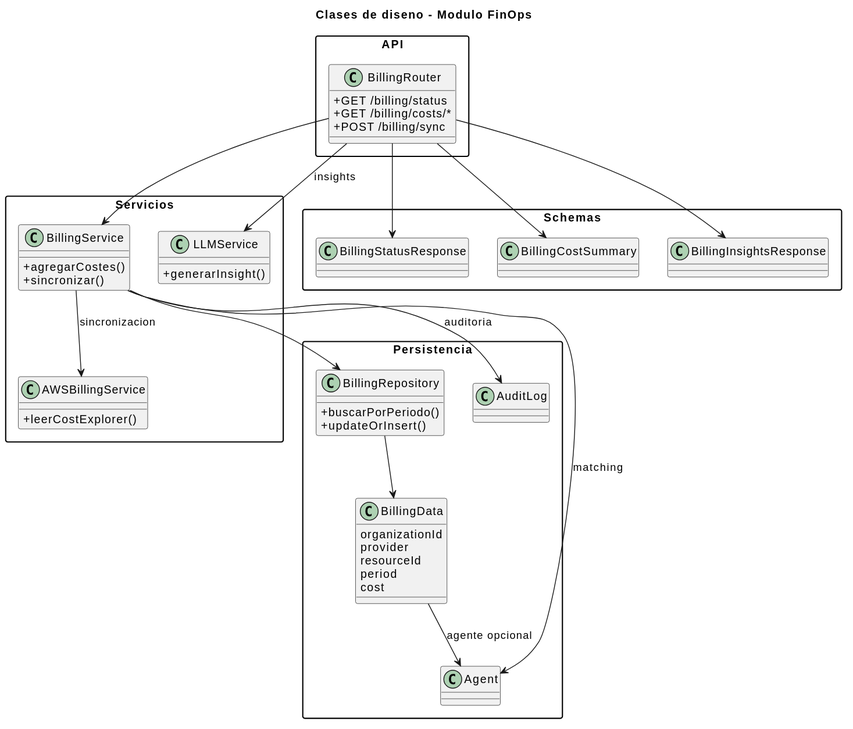
The PlantUML diagram Capítulos/Capítulo 3/Diseño/ClasesDiseño/ClasesDiseño.svg in JoseSalceda/TFG, before a commit. Its diagram source:
```plantuml
@startuml
skinparam classAttributeIconSize 0
skinparam packageStyle rectangle

title Clases de diseno - Modulo FinOps

package "API" {
  class BillingRouter {
    +GET /billing/status
    +GET /billing/costs/*
    +POST /billing/sync
  }
}

package "Servicios" {
  class BillingService {
    +agregarCostes()
    +sincronizar()
  }

  class AWSBillingService {
    +leerCostExplorer()
  }

  class LLMService {
    +generarInsight()
  }
}

package "Persistencia" {
  class BillingRepository {
    +buscarPorPeriodo()
    +updateOrInsert()
  }

  class BillingData {
    organizationId
    provider
    resourceId
    period
    cost
  }

  class Agent
  class AuditLog
}

package "Schemas" {
  class BillingStatusResponse
  class BillingCostSummary
  class BillingInsightsResponse
}

BillingRouter --> BillingService
BillingRouter --> LLMService : insights
BillingRouter --> BillingStatusResponse
BillingRouter --> BillingCostSummary
BillingRouter --> BillingInsightsResponse

BillingService --> BillingRepository
BillingService --> AWSBillingService : sincronizacion
BillingService --> Agent : matching
BillingService --> AuditLog : auditoria

BillingRepository --> BillingData
BillingData --> Agent : agente opcional
@enduml
```
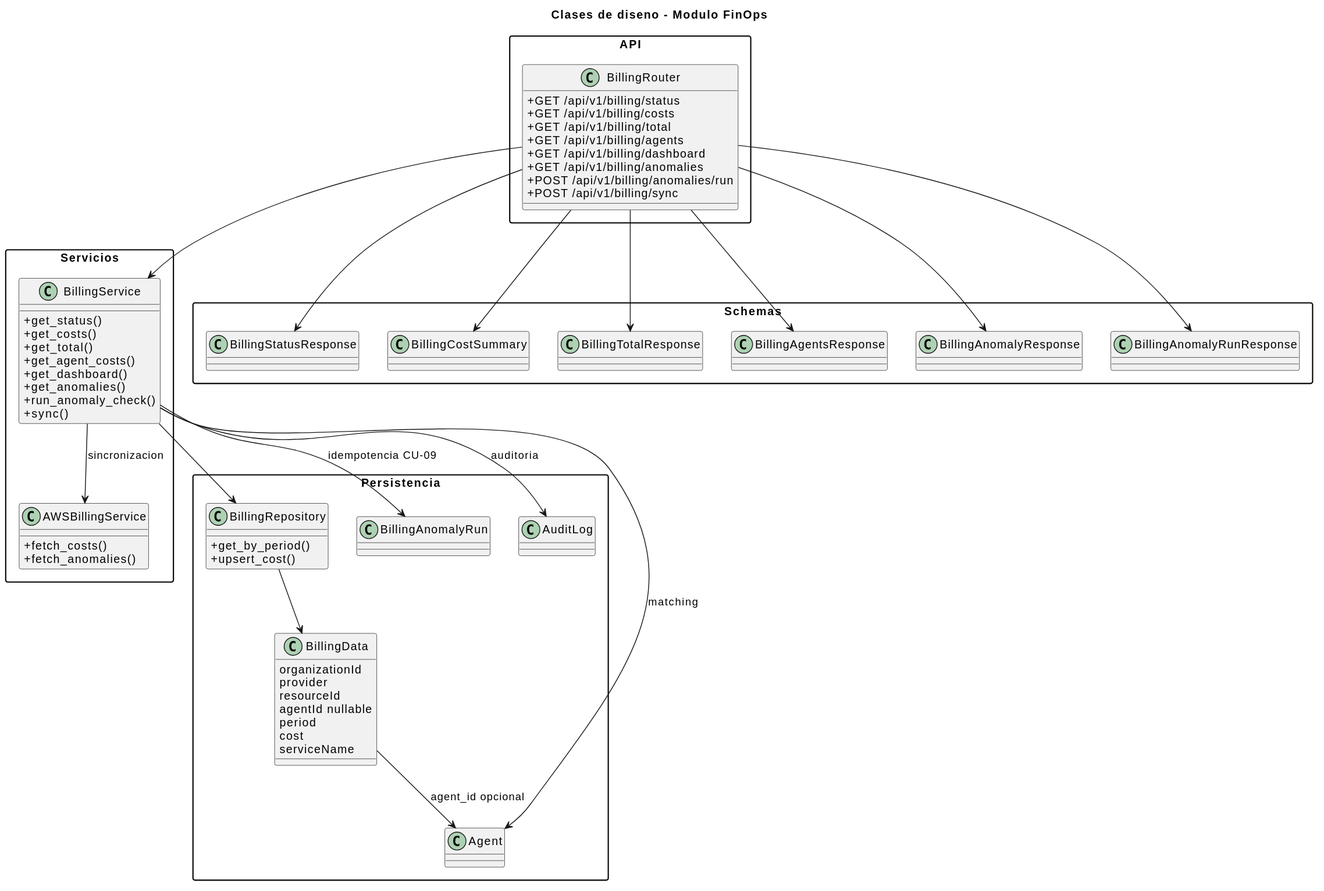
Later version of the same file.

The edit, as a diff of the source:
```diff
@@ -6,62 +6,80 @@
 
 package "API" {
   class BillingRouter {
-    +GET /billing/status
-    +GET /billing/costs/*
-    +POST /billing/sync
+    +GET /api/v1/billing/status
+    +GET /api/v1/billing/costs
+    +GET /api/v1/billing/total
+    +GET /api/v1/billing/agents
+    +GET /api/v1/billing/dashboard
+    +GET /api/v1/billing/anomalies
+    +POST /api/v1/billing/anomalies/run
+    +POST /api/v1/billing/sync
   }
 }
 
 package "Servicios" {
   class BillingService {
-    +agregarCostes()
-    +sincronizar()
+    +get_status()
+    +get_costs()
+    +get_total()
+    +get_agent_costs()
+    +get_dashboard()
+    +get_anomalies()
+    +run_anomaly_check()
+    +sync()
   }
 
   class AWSBillingService {
-    +leerCostExplorer()
+    +fetch_costs()
+    +fetch_anomalies()
   }
 
-  class LLMService {
-    +generarInsight()
-  }
 }
 
 package "Persistencia" {
   class BillingRepository {
-    +buscarPorPeriodo()
-    +updateOrInsert()
+    +get_by_period()
+    +upsert_cost()
   }
 
   class BillingData {
     organizationId
     provider
     resourceId
+    agentId nullable
     period
     cost
+    serviceName
   }
 
   class Agent
+  class BillingAnomalyRun
   class AuditLog
 }
 
 package "Schemas" {
   class BillingStatusResponse
   class BillingCostSummary
-  class BillingInsightsResponse
+  class BillingTotalResponse
+  class BillingAgentsResponse
+  class BillingAnomalyResponse
+  class BillingAnomalyRunResponse
 }
 
 BillingRouter --> BillingService
-BillingRouter --> LLMService : insights
 BillingRouter --> BillingStatusResponse
 BillingRouter --> BillingCostSummary
-BillingRouter --> BillingInsightsResponse
+BillingRouter --> BillingTotalResponse
+BillingRouter --> BillingAgentsResponse
+BillingRouter --> BillingAnomalyResponse
+BillingRouter --> BillingAnomalyRunResponse
 
 BillingService --> BillingRepository
 BillingService --> AWSBillingService : sincronizacion
 BillingService --> Agent : matching
+BillingService --> BillingAnomalyRun : idempotencia CU-09
 BillingService --> AuditLog : auditoria
 
 BillingRepository --> BillingData
-BillingData --> Agent : agente opcional
+BillingData --> Agent : agent_id opcional
 @enduml
```
